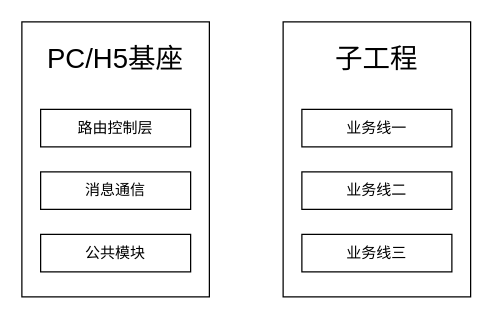
Above: micro-frontend.drawio in GHleefat/draw.io- (draw.io), before the change. Source tidied: cells renumbered, new cells numbered last; positions are measured from the earlier drawing's top-left corner, leaving out a move shared by most shapes. Both pictures are drawn from the tidied source at 125%, with x=0, y=0 at pixel (21, 21).
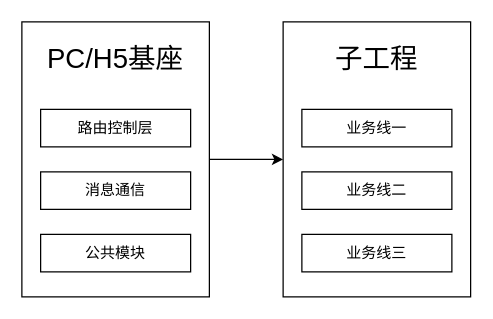
After the change.

Change to the diagram source:
```diff
@@
 <mxGraphModel>
   <root>
     <mxCell id="0" />
     <mxCell id="1" parent="0" />
+    <mxCell id="12" style="edgeStyle=orthogonalEdgeStyle;rounded=0;jettySize=auto;html=1;exitX=1;exitY=0.5;exitDx=0;exitDy=0;entryX=0;entryY=0.5;entryDx=0;entryDy=0;fontSize=22;" parent="1" edge="1" source="2" target="7">
+      <mxGeometry relative="1" as="geometry" />
+    </mxCell>
     <mxCell id="2" style="rounded=0;whiteSpace=wrap;html=1;" parent="1" vertex="1">
       <mxGeometry width="150" height="220" as="geometry" />
     </mxCell>
     <mxCell id="3" value="路由控制层" style="rounded=0;whiteSpace=wrap;html=1;" parent="1" vertex="1">
       <mxGeometry x="15" y="70" width="120" height="30" as="geometry" />
     </mxCell>
     <mxCell id="4" value="消息通信" style="rounded=0;whiteSpace=wrap;html=1;" parent="1" vertex="1">
       <mxGeometry x="15" y="120" width="120" height="30" as="geometry" />
     </mxCell>
     <mxCell id="5" value="公共模块" style="rounded=0;whiteSpace=wrap;html=1;" parent="1" vertex="1">
       <mxGeometry x="15" y="170" width="120" height="30" as="geometry" />
     </mxCell>
     <mxCell id="6" value="PC/H5基座" style="text;html=1;strokeColor=none;fillColor=none;align=center;verticalAlign=middle;whiteSpace=wrap;rounded=0;fontSize=22;" parent="1" vertex="1">
       <mxGeometry x="10" y="20" width="130" height="20" as="geometry" />
     </mxCell>
     <mxCell id="7" style="rounded=0;whiteSpace=wrap;html=1;" parent="1" vertex="1">
       <mxGeometry x="209" width="150" height="220" as="geometry" />
     </mxCell>
     <mxCell id="8" value="业务线一" style="rounded=0;whiteSpace=wrap;html=1;" parent="1" vertex="1">
       <mxGeometry x="224" y="70" width="120" height="30" as="geometry" />
     </mxCell>
     <mxCell id="9" value="业务线二" style="rounded=0;whiteSpace=wrap;html=1;" parent="1" vertex="1">
       <mxGeometry x="224" y="120" width="120" height="30" as="geometry" />
     </mxCell>
     <mxCell id="10" value="业务线三" style="rounded=0;whiteSpace=wrap;html=1;" parent="1" vertex="1">
       <mxGeometry x="224" y="170" width="120" height="30" as="geometry" />
     </mxCell>
     <mxCell id="11" value="子工程" style="text;html=1;strokeColor=none;fillColor=none;align=center;verticalAlign=middle;whiteSpace=wrap;rounded=0;fontSize=22;" parent="1" vertex="1">
       <mxGeometry x="219" y="20" width="130" height="20" as="geometry" />
     </mxCell>
   </root>
 </mxGraphModel>
```
